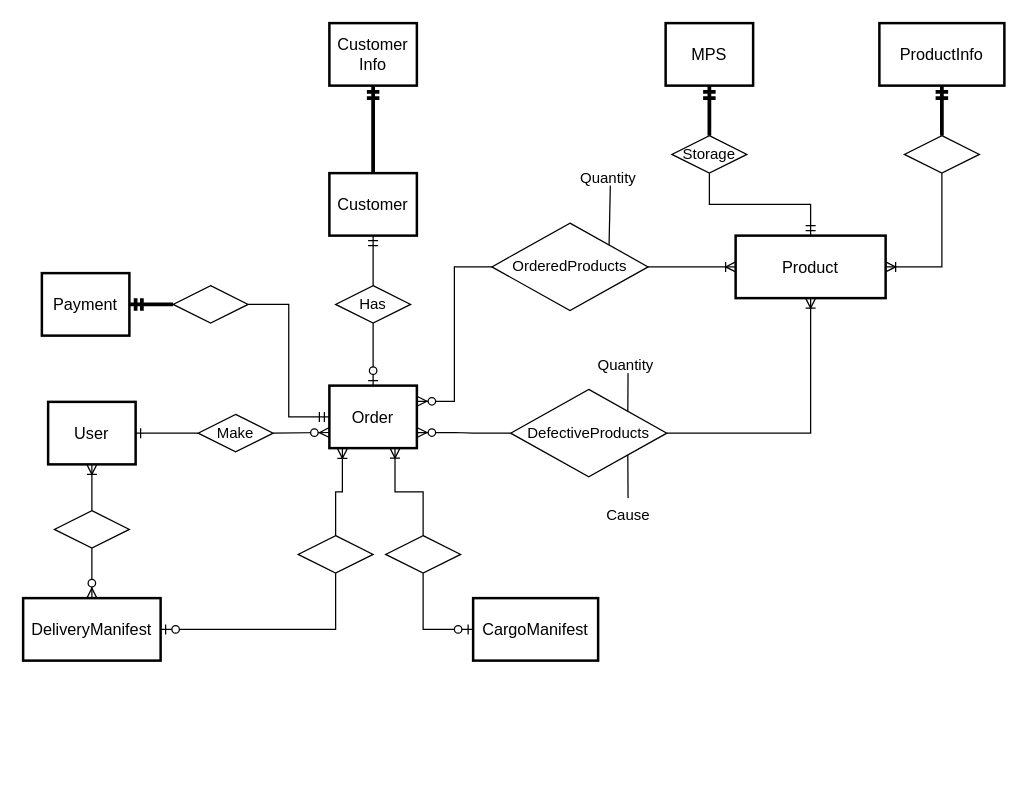
Earlier version of the draw.io diagram documentation/ERD-diagram.drawio (gabrielmrenno/erp_sales). Source tidied: cells renumbered, new cells numbered last; positions are measured from the earlier drawing's top-left corner, leaving out a move shared by most shapes. Both pictures are drawn from the tidied source at 125%, with x=0, y=0 at pixel (22, 22).
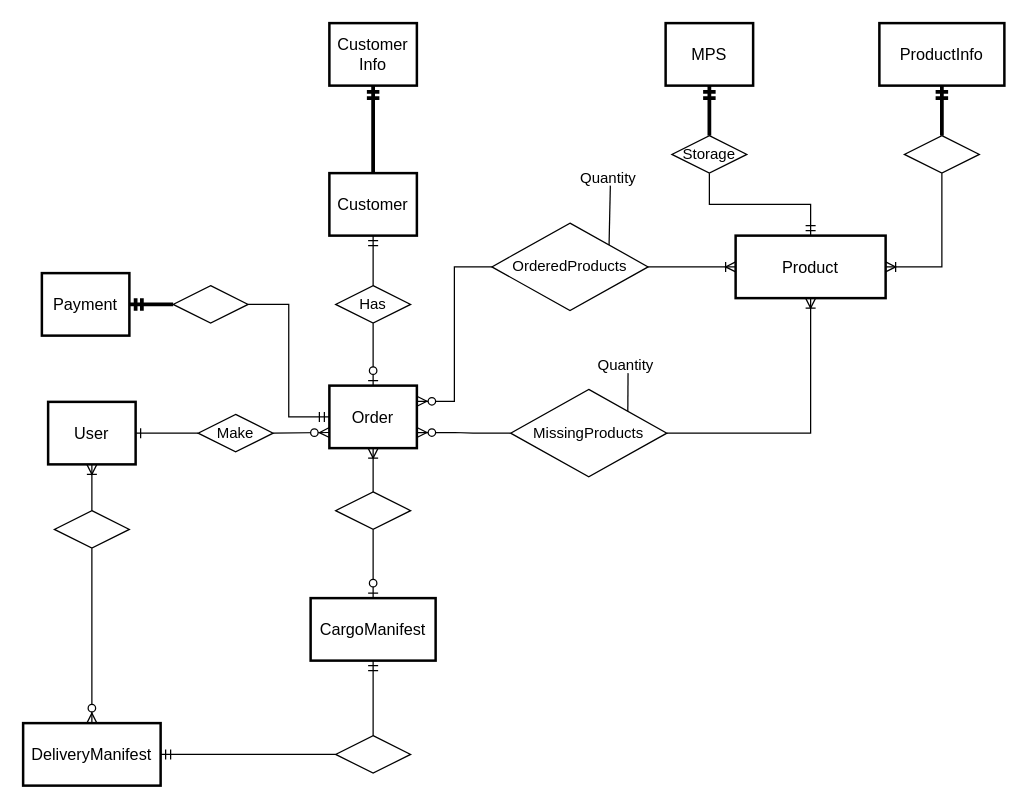
Above is the later version.

Unchanged cells that the change refers to:
```xml
<mxCell id="2" value="Order" style="strokeWidth=2;whiteSpace=wrap;html=1;align=center;fontSize=13;fontFamily=Helvetica;shadow=0;" parent="1" vertex="1">
  <mxGeometry x="245" y="290" width="70" height="50" as="geometry" />
</mxCell>
```

What changed in the source:
```diff
@@
     <mxCell id="6" value="CargoManifest" style="strokeWidth=2;whiteSpace=wrap;html=1;align=center;fontSize=13;fontFamily=Helvetica;shadow=0;" parent="1" vertex="1">
-      <mxGeometry x="360" y="460" width="100" height="50" as="geometry" />
+      <mxGeometry x="230" y="460" width="100" height="50" as="geometry" />
     </mxCell>
@@
     <mxCell id="15" value="DeliveryManifest" style="strokeWidth=2;whiteSpace=wrap;html=1;align=center;fontSize=13;fontFamily=Helvetica;shadow=0;" parent="1" vertex="1">
-      <mxGeometry y="460" width="110" height="50" as="geometry" />
+      <mxGeometry y="560" width="110" height="50" as="geometry" />
     </mxCell>
@@
     <mxCell id="18" style="rhombus;whiteSpace=wrap;html=1;shadow=0;" parent="1" vertex="1">
-      <mxGeometry x="220" y="410" width="60" height="30" as="geometry" />
+      <mxGeometry x="250" y="570" width="60" height="30" as="geometry" />
     </mxCell>
-    <mxCell id="19" style="fontSize=12;html=1;endArrow=ERzeroToOne;endFill=1;rounded=0;exitX=0.5;exitY=1;exitDx=0;exitDy=0;entryX=1;entryY=0.5;entryDx=0;entryDy=0;edgeStyle=orthogonalEdgeStyle;" parent="1" edge="1" source="18" target="15">
-      <mxGeometry relative="1" as="geometry" />
-    </mxCell>
-    <mxCell id="20" style="edgeStyle=orthogonalEdgeStyle;fontSize=12;html=1;endArrow=ERoneToMany;rounded=0;exitX=0.5;exitY=0;exitDx=0;exitDy=0;entryX=0.149;entryY=1.004;entryDx=0;entryDy=0;entryPerimeter=0;" parent="1" edge="1" source="18" target="2">
-      <mxGeometry relative="1" as="geometry" />
-    </mxCell>
     <mxCell id="21" style="rhombus;whiteSpace=wrap;html=1;shadow=0;" parent="1" vertex="1">
-      <mxGeometry x="290" y="410" width="60" height="30" as="geometry" />
+      <mxGeometry x="250" y="375" width="60" height="30" as="geometry" />
     </mxCell>
-    <mxCell id="22" style="fontSize=12;html=1;endArrow=ERzeroToOne;endFill=1;rounded=0;exitX=0.5;exitY=1;exitDx=0;exitDy=0;entryX=0;entryY=0.5;entryDx=0;entryDy=0;edgeStyle=orthogonalEdgeStyle;" parent="1" edge="1" source="21" target="6">
+    <mxCell id="22" style="fontSize=12;html=1;endArrow=ERzeroToOne;endFill=1;rounded=0;exitX=0.5;exitY=1;exitDx=0;exitDy=0;entryX=0.5;entryY=0;entryDx=0;entryDy=0;edgeStyle=orthogonalEdgeStyle;" parent="1" edge="1" source="21" target="6">
       <mxGeometry relative="1" as="geometry" />
     </mxCell>
-    <mxCell id="23" style="fontSize=12;html=1;endArrow=ERoneToMany;rounded=0;exitX=0.5;exitY=0;exitDx=0;exitDy=0;entryX=0.75;entryY=1;entryDx=0;entryDy=0;edgeStyle=orthogonalEdgeStyle;" parent="1" edge="1" source="21" target="2">
+    <mxCell id="23" style="fontSize=12;html=1;endArrow=ERoneToMany;rounded=0;exitX=0.5;exitY=0;exitDx=0;exitDy=0;entryX=0.5;entryY=1;entryDx=0;entryDy=0;edgeStyle=orthogonalEdgeStyle;" parent="1" edge="1" source="21" target="2">
       <mxGeometry relative="1" as="geometry" />
     </mxCell>
@@
-    <mxCell id="31" value="DefectiveProducts" style="rhombus;whiteSpace=wrap;html=1;shadow=0;" parent="1" vertex="1">
+    <mxCell id="31" value="MissingProducts" style="rhombus;whiteSpace=wrap;html=1;shadow=0;" parent="1" vertex="1">
       <mxGeometry x="390" y="293" width="125" height="70" as="geometry" />
     </mxCell>
@@
-    <mxCell id="36" value="Cause" style="text;strokeColor=none;fillColor=none;spacingLeft=4;spacingRight=4;overflow=hidden;points=[[0,0.5],[1,0.5]];portConstraint=eastwest;fontSize=12;" parent="1" vertex="1">
-      <mxGeometry x="461" y="380" width="46" height="20" as="geometry" />
-    </mxCell>
-    <mxCell id="37" style="endArrow=none;html=1;rounded=0;exitX=1;exitY=1;exitDx=0;exitDy=0;" parent="1" edge="1" source="31" target="36">
-      <mxGeometry relative="1" as="geometry" />
-    </mxCell>
@@
+    <mxCell id="49" style="fontSize=12;html=1;endArrow=ERmandOne;rounded=0;entryX=0.5;entryY=1;entryDx=0;entryDy=0;exitX=0.5;exitY=0;exitDx=0;exitDy=0;" parent="1" edge="1" source="18" target="6">
+      <mxGeometry relative="1" as="geometry" />
+    </mxCell>
+    <mxCell id="19" style="fontSize=12;html=1;endArrow=ERmandOne;rounded=0;entryX=1;entryY=0.5;entryDx=0;entryDy=0;exitX=0;exitY=0.5;exitDx=0;exitDy=0;" parent="1" edge="1" source="18" target="15">
+      <mxGeometry relative="1" as="geometry" />
+    </mxCell>
```
